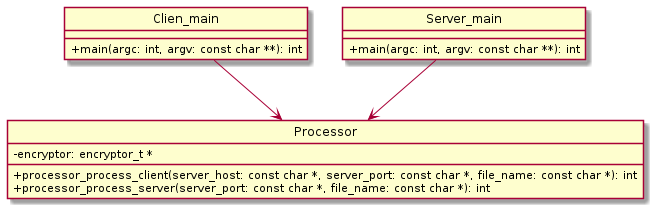
Alex1161/tp1 keeps this PlantUML diagram as Diagramas/Png/processor_superior.png. Above is the earlier version.
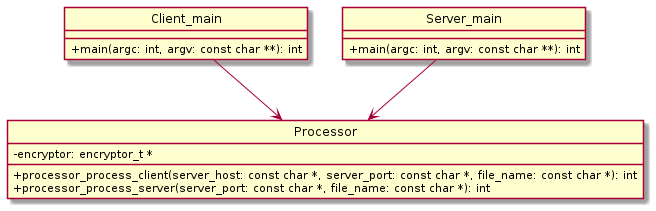
After the commit.

Change to the diagram source:
```diff
@@ -9,7 +9,7 @@
     +processor_process_server(server_port: const char *, file_name: const char *): int
 }
 
-Class Clien_main{
+Class Client_main{
     +main(argc: int, argv: const char **): int
 }
 
@@ -17,7 +17,7 @@
     +main(argc: int, argv: const char **): int
 }
 
-Clien_main --> Processor
+Client_main --> Processor
 Server_main --> Processor
 
 @enduml
```
